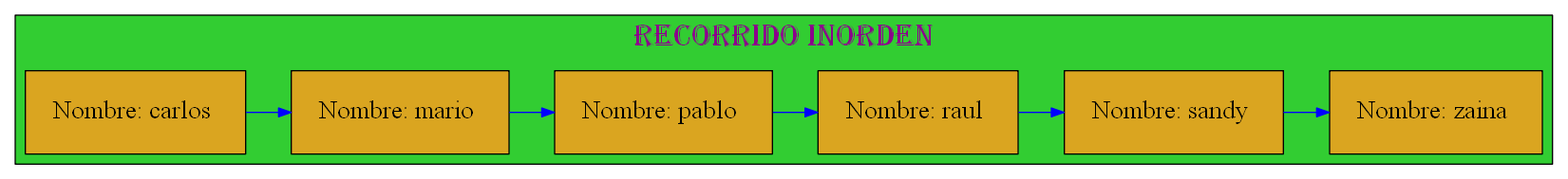
The Graphviz diagram Graficas/Recorrido_Inorden.dot.png in mariotun/EDD_1S2020_PY1_201602942, before a commit. Its source is kept beside it as Graficas/Recorrido_Inorden.dot.
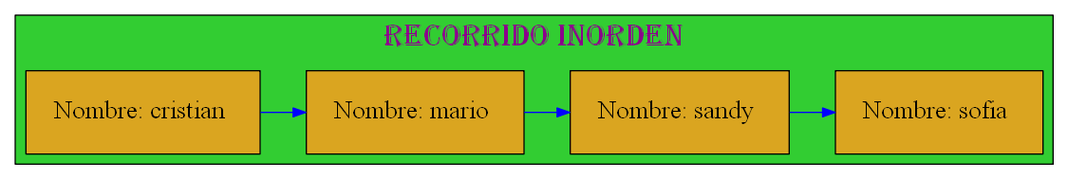
After the commit.

What changed in the source:
```diff
@@ -13,14 +13,12 @@
 node[margin=0.3 shape=box style=filled fontcolor=black fillcolor=goldenrod fontsize=20];
 {rank=same;
 
-25770476512[label="Nombre: carlos " ];
+25770475984[label="Nombre: cristian " ];
 25770475776[label="Nombre: mario " ];
-25770476288[label="Nombre: pablo " ];
-25770476992[label="Nombre: raul " ];
-25770475984[label="Nombre: sandy " ];
-25770477200[label="Nombre: zaina " ];
+25770476192[label="Nombre: sandy " ];
+25770476384[label="Nombre: sofia " ];
 };
-25770476512 -> 25770475776 -> 25770476288 -> 25770476992 -> 25770475984 -> 25770477200
+25770475984 -> 25770475776 -> 25770476192 -> 25770476384
 
 [color=blue ];
 }
```
